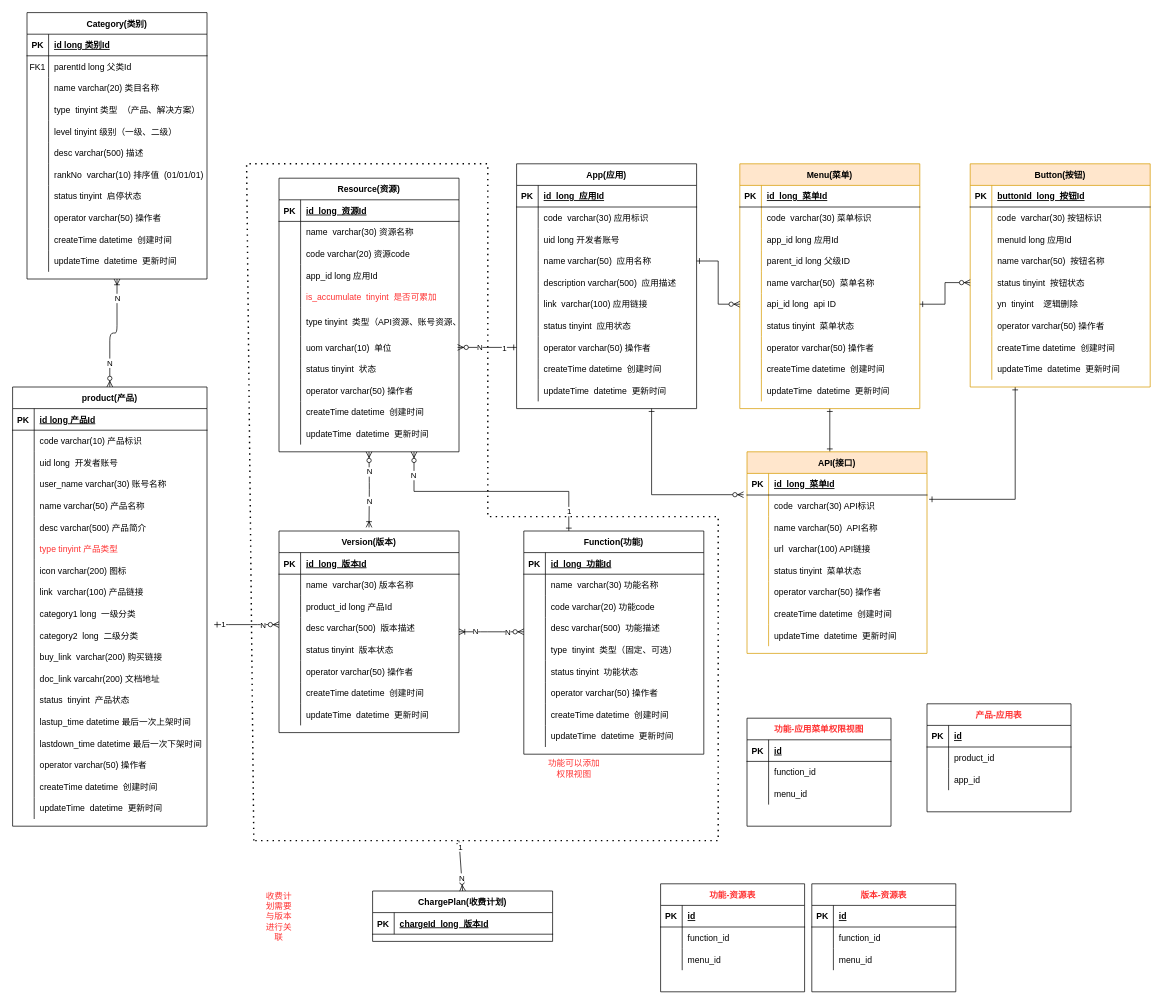
This is page "Page-1" (1 of 2) of product.drawio from AjaxXu/Diagram, a draw.io file, before an edit. Source tidied: cells renumbered, new cells numbered last; positions are measured from the earlier drawing's top-left corner, leaving out a move shared by most shapes. Both pictures are drawn from the tidied source at 72%, with x=0, y=0 at pixel (12, 12).
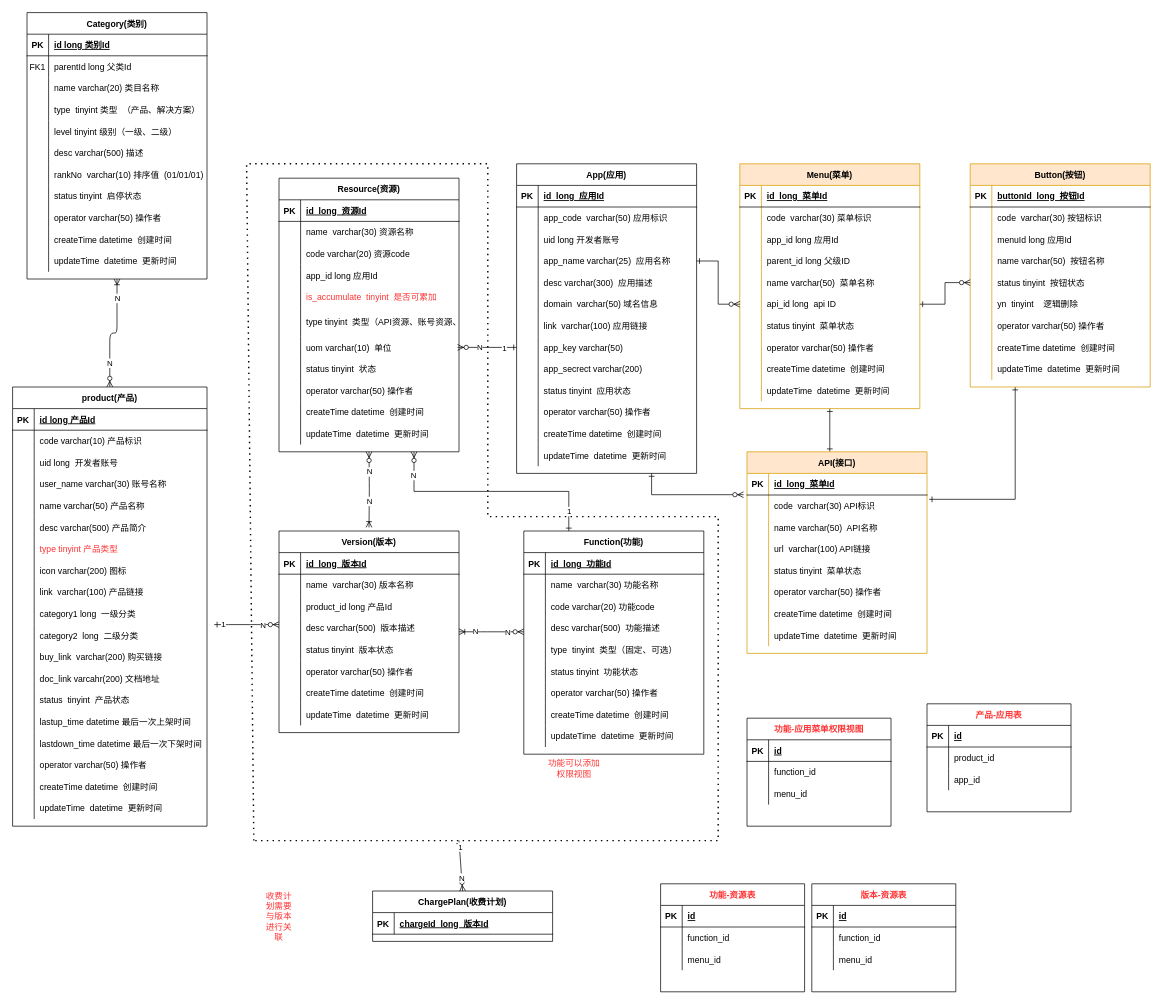
The same page after the edit.

The change refers to these unchanged cells:
```xml
<mxCell id="7" style="shape=partialRectangle;fillColor=none;top=0;left=0;right=0;bottom=0;" parent="3" vertex="1">
  <mxGeometry y="60" width="250" height="30" as="geometry" />
</mxCell>
<mxCell id="13" style="shape=partialRectangle;fillColor=none;points=[[0,0.5],[1,0.5]];portConstraint=eastwest;top=0;left=0;right=0;bottom=0;" parent="3" vertex="1">
  <mxGeometry y="120" width="250" height="30" as="geometry" />
</mxCell>
<mxCell id="16" style="shape=partialRectangle;fillColor=none;top=0;left=0;right=0;bottom=0;" parent="3" vertex="1">
  <mxGeometry y="150" width="250" height="30" as="geometry" />
</mxCell>
```

Change to the diagram source:
```diff
@@
     <mxCell id="3" value="App(应用)" style="shape=table;startSize=30;childLayout=tableLayout;rowLines=0;fontStyle=1;align=center;" parent="1" vertex="1">
-      <mxGeometry x="700" y="210" width="250" height="340" as="geometry" />
+      <mxGeometry x="700" y="210" width="250" height="430" as="geometry" />
     </mxCell>
@@
-    <mxCell id="9" value="code  varchar(30) 应用标识" style="shape=partialRectangle;overflow=hidden;fillColor=none;top=0;left=0;bottom=0;right=0;align=left;spacingLeft=6;" parent="7" vertex="1">
+    <mxCell id="9" value="app_code  varchar(50) 应用标识" style="shape=partialRectangle;overflow=hidden;fillColor=none;top=0;left=0;bottom=0;right=0;align=left;spacingLeft=6;" parent="7" vertex="1">
       <mxGeometry x="30" width="220" height="30" as="geometry" />
     </mxCell>
@@
-    <mxCell id="15" value="name varchar(50)  应用名称" style="shape=partialRectangle;overflow=hidden;fillColor=none;top=0;left=0;bottom=0;right=0;align=left;spacingLeft=6;" parent="13" vertex="1">
+    <mxCell id="15" value="app_name varchar(25)  应用名称" style="shape=partialRectangle;overflow=hidden;fillColor=none;top=0;left=0;bottom=0;right=0;align=left;spacingLeft=6;" parent="13" vertex="1">
       <mxGeometry x="30" width="220" height="30" as="geometry" />
     </mxCell>
@@
-    <mxCell id="18" value="description varchar(500)  应用描述" style="shape=partialRectangle;overflow=hidden;fillColor=none;top=0;left=0;bottom=0;right=0;align=left;spacingLeft=6;" parent="16" vertex="1">
+    <mxCell id="18" value="desc varchar(300)  应用描述" style="shape=partialRectangle;overflow=hidden;fillColor=none;top=0;left=0;bottom=0;right=0;align=left;spacingLeft=6;" parent="16" vertex="1">
       <mxGeometry x="30" width="220" height="30" as="geometry" />
     </mxCell>
+    <mxCell id="370" style="shape=partialRectangle;fillColor=none;top=0;left=0;right=0;bottom=0;" parent="3" vertex="1">
+      <mxGeometry y="180" width="250" height="30" as="geometry" />
+    </mxCell>
+    <mxCell id="371" style="shape=partialRectangle;overflow=hidden;fillColor=none;top=0;left=0;bottom=0;right=0;" parent="370" vertex="1">
+      <mxGeometry width="30" height="30" as="geometry" />
+    </mxCell>
+    <mxCell id="372" value="domain  varchar(50) 域名信息" style="shape=partialRectangle;overflow=hidden;fillColor=none;top=0;left=0;bottom=0;right=0;align=left;spacingLeft=6;" parent="370" vertex="1">
+      <mxGeometry x="30" width="220" height="30" as="geometry" />
+    </mxCell>
     <mxCell id="19" style="shape=partialRectangle;fillColor=none;top=0;left=0;right=0;bottom=0;" parent="3" vertex="1">
-      <mxGeometry y="180" width="250" height="30" as="geometry" />
+      <mxGeometry y="210" width="250" height="30" as="geometry" />
     </mxCell>
@@
+    <mxCell id="373" style="shape=partialRectangle;fillColor=none;top=0;left=0;right=0;bottom=0;" parent="3" vertex="1">
+      <mxGeometry y="240" width="250" height="30" as="geometry" />
+    </mxCell>
+    <mxCell id="374" style="shape=partialRectangle;overflow=hidden;fillColor=none;top=0;left=0;bottom=0;right=0;" parent="373" vertex="1">
+      <mxGeometry width="30" height="30" as="geometry" />
+    </mxCell>
+    <mxCell id="375" value="app_key varchar(50) " style="shape=partialRectangle;overflow=hidden;fillColor=none;top=0;left=0;bottom=0;right=0;align=left;spacingLeft=6;" parent="373" vertex="1">
+      <mxGeometry x="30" width="220" height="30" as="geometry" />
+    </mxCell>
+    <mxCell id="376" style="shape=partialRectangle;fillColor=none;top=0;left=0;right=0;bottom=0;" parent="3" vertex="1">
+      <mxGeometry y="270" width="250" height="30" as="geometry" />
+    </mxCell>
+    <mxCell id="377" style="shape=partialRectangle;overflow=hidden;fillColor=none;top=0;left=0;bottom=0;right=0;" parent="376" vertex="1">
+      <mxGeometry width="30" height="30" as="geometry" />
+    </mxCell>
+    <mxCell id="378" value="app_secrect varchar(200)" style="shape=partialRectangle;overflow=hidden;fillColor=none;top=0;left=0;bottom=0;right=0;align=left;spacingLeft=6;" parent="376" vertex="1">
+      <mxGeometry x="30" width="220" height="30" as="geometry" />
+    </mxCell>
     <mxCell id="22" style="shape=partialRectangle;fillColor=none;top=0;left=0;right=0;bottom=0;" parent="3" vertex="1">
-      <mxGeometry y="210" width="250" height="30" as="geometry" />
+      <mxGeometry y="300" width="250" height="30" as="geometry" />
     </mxCell>
@@
     <mxCell id="25" style="shape=partialRectangle;fillColor=none;top=0;left=0;right=0;bottom=0;" parent="3" vertex="1">
-      <mxGeometry y="240" width="250" height="30" as="geometry" />
+      <mxGeometry y="330" width="250" height="30" as="geometry" />
     </mxCell>
@@
     <mxCell id="28" style="shape=partialRectangle;fillColor=none;top=0;left=0;right=0;bottom=0;" parent="3" vertex="1">
-      <mxGeometry y="270" width="250" height="30" as="geometry" />
+      <mxGeometry y="360" width="250" height="30" as="geometry" />
     </mxCell>
@@
     <mxCell id="31" style="shape=partialRectangle;fillColor=none;top=0;left=0;right=0;bottom=0;" parent="3" vertex="1">
-      <mxGeometry y="300" width="250" height="30" as="geometry" />
+      <mxGeometry y="390" width="250" height="30" as="geometry" />
     </mxCell>
```
